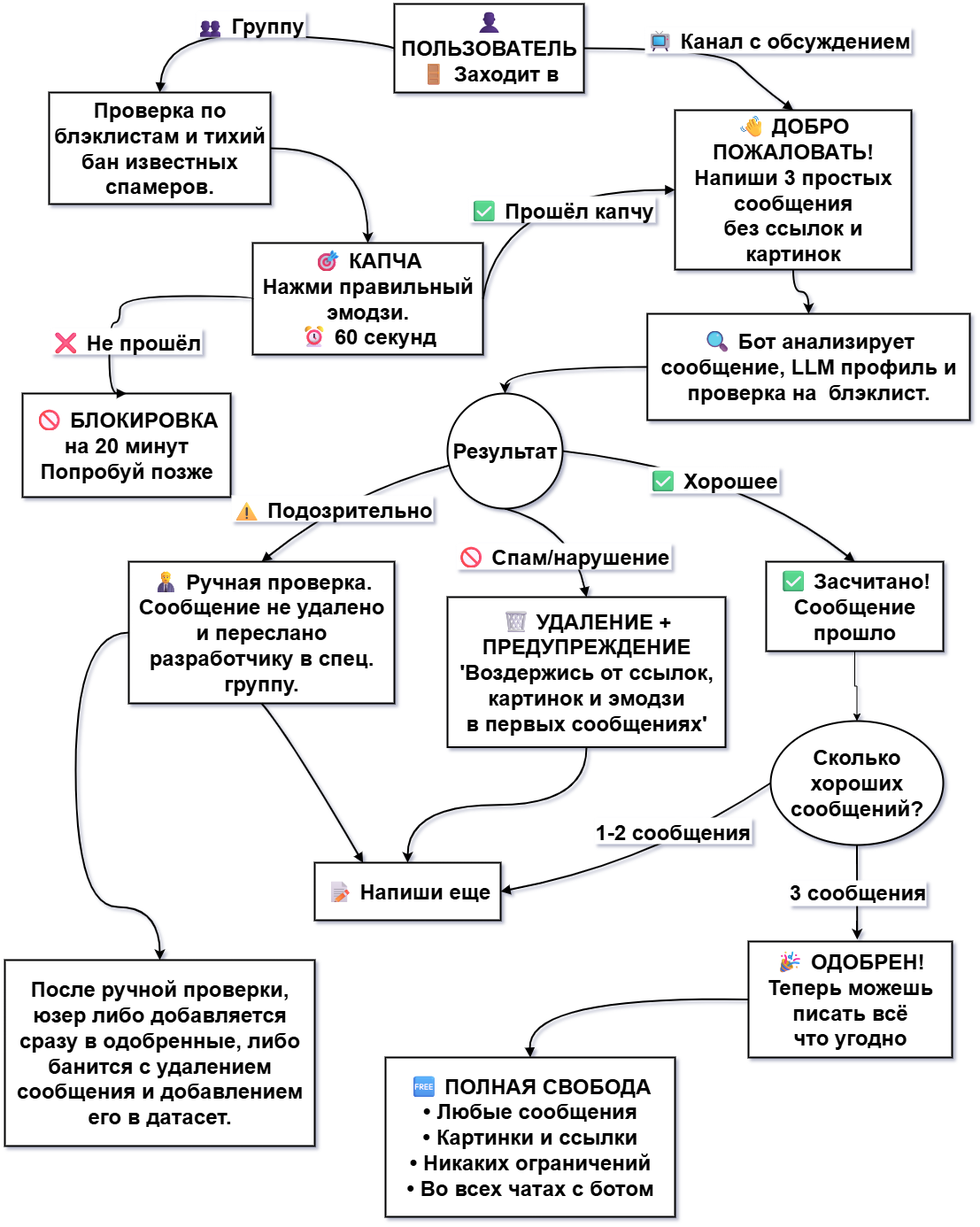
Above: Схема работы.drawio.png in TiraelSedai/ClubDoorman (draw.io), before the change. Source tidied: cells renumbered, new cells last; positions are measured from the earlier drawing's top-left corner, leaving out a move shared by most shapes.
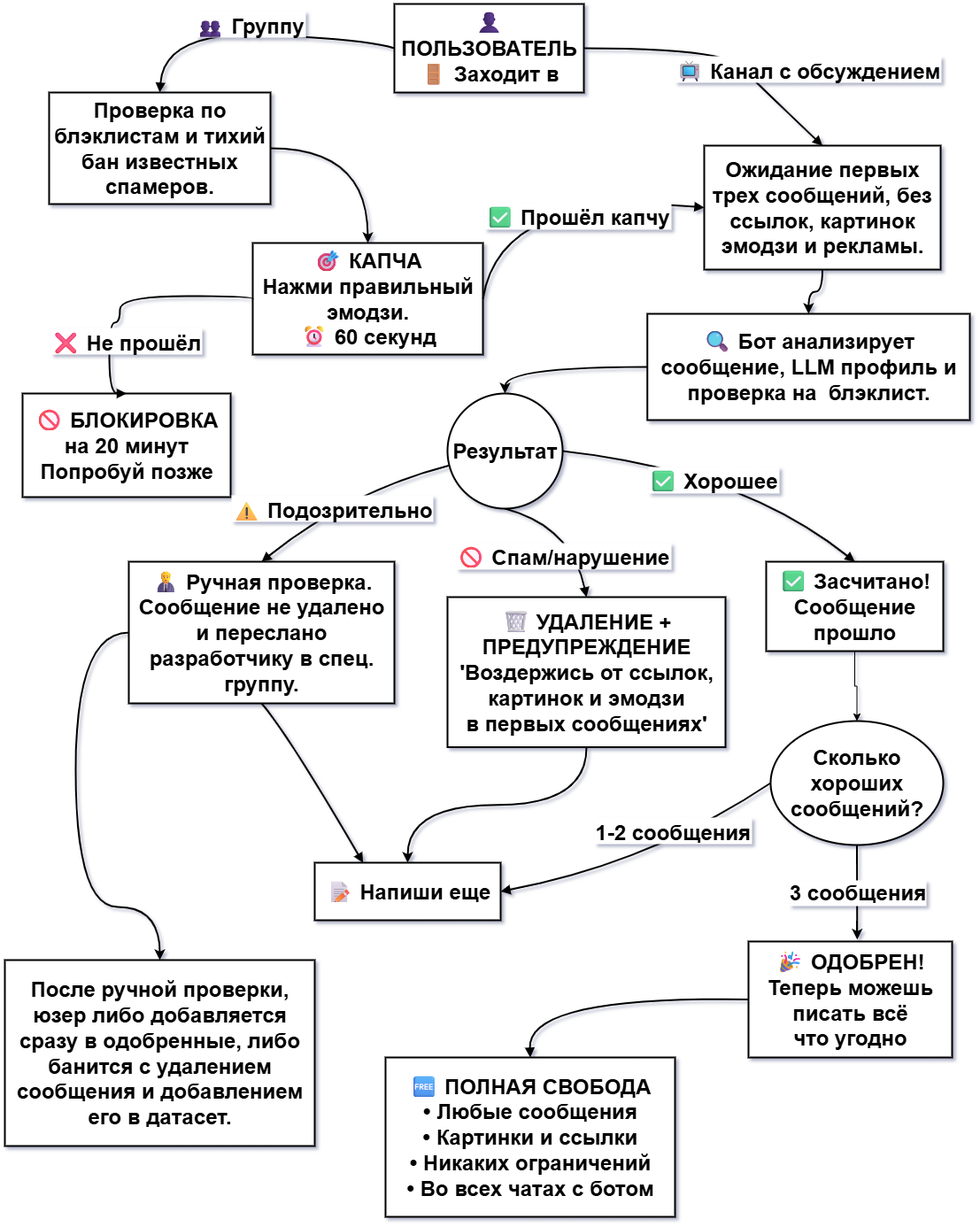
After the commit.

Change to the diagram source:
```diff
@@ -14,8 +14,8 @@
     <mxCell id="5" style="edgeStyle=orthogonalEdgeStyle;rounded=0;jettySize=auto;html=1;entryX=0.5;entryY=0;entryDx=0;entryDy=0;fontSize=24;fontStyle=1;strokeWidth=2;curved=1;" parent="1" edge="1" source="6" target="8">
       <mxGeometry relative="1" as="geometry" />
     </mxCell>
-    <mxCell id="6" value="👋 ДОБРО ПОЖАЛОВАТЬ!&#10;Напиши 3 простых сообщения&#10;без ссылок и картинок" style="whiteSpace=wrap;strokeWidth=2;fontSize=24;fontStyle=1;" parent="1" vertex="1">
-      <mxGeometry x="757" y="120" width="267" height="180" as="geometry" />
+    <mxCell id="6" value="Ожидание первых трех сообщений, без ссылок, картинок эмодзи и рекламы." style="whiteSpace=wrap;strokeWidth=2;fontSize=24;fontStyle=1;" parent="1" vertex="1">
+      <mxGeometry x="790" y="160" width="267" height="140" as="geometry" />
     </mxCell>
     <mxCell id="7" style="edgeStyle=orthogonalEdgeStyle;rounded=0;jettySize=auto;html=1;entryX=0.5;entryY=0;entryDx=0;entryDy=0;curved=1;strokeWidth=2;" parent="1" edge="1" source="8" target="30">
       <mxGeometry relative="1" as="geometry" />
```
